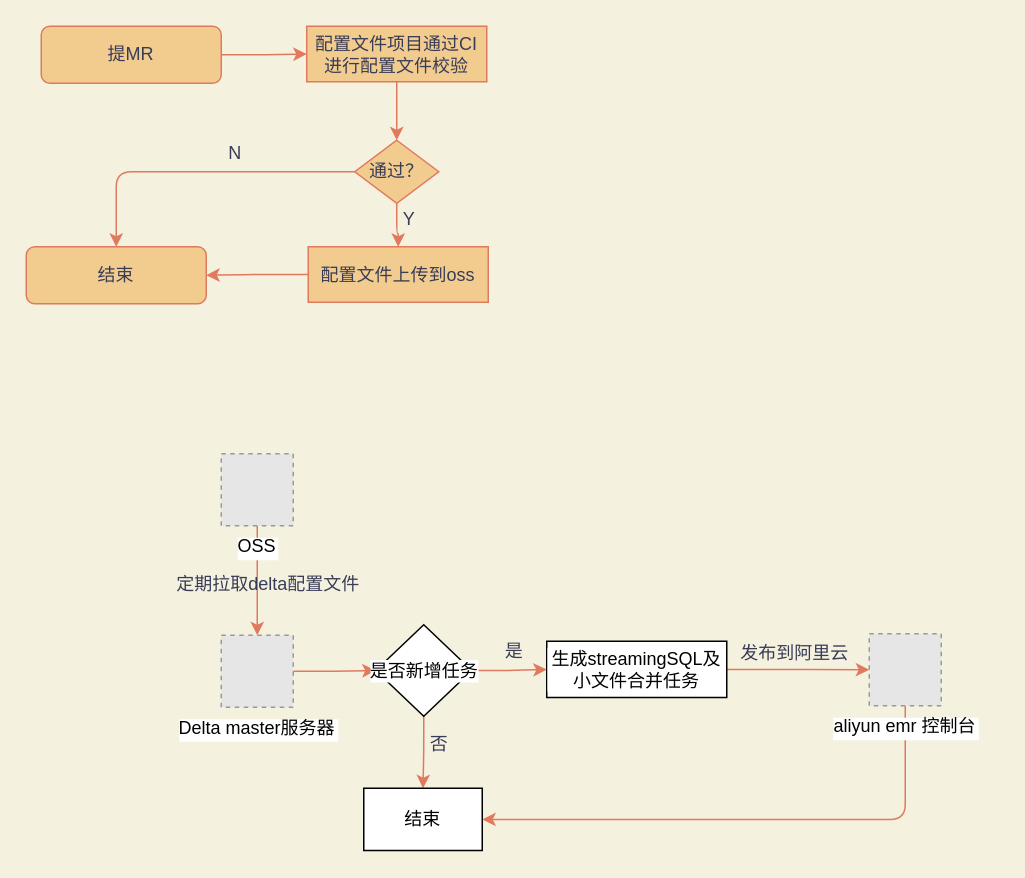
Above: page "Page-4" (4 of 4) of Delta Lake 及 mysql-dump 支持近实时计算数据接入方案设计.drawio in zhangkuantian/architect-awesome (draw.io), before the change. Source tidied: cells renumbered, new cells numbered last; positions are measured from the earlier drawing's top-left corner, leaving out a move shared by most shapes. Both pictures are drawn from the tidied source at 150%, with x=0, y=0 at pixel (26, 26). Pictures stored in the file or linked from it are replaced by grey dashed boxes.
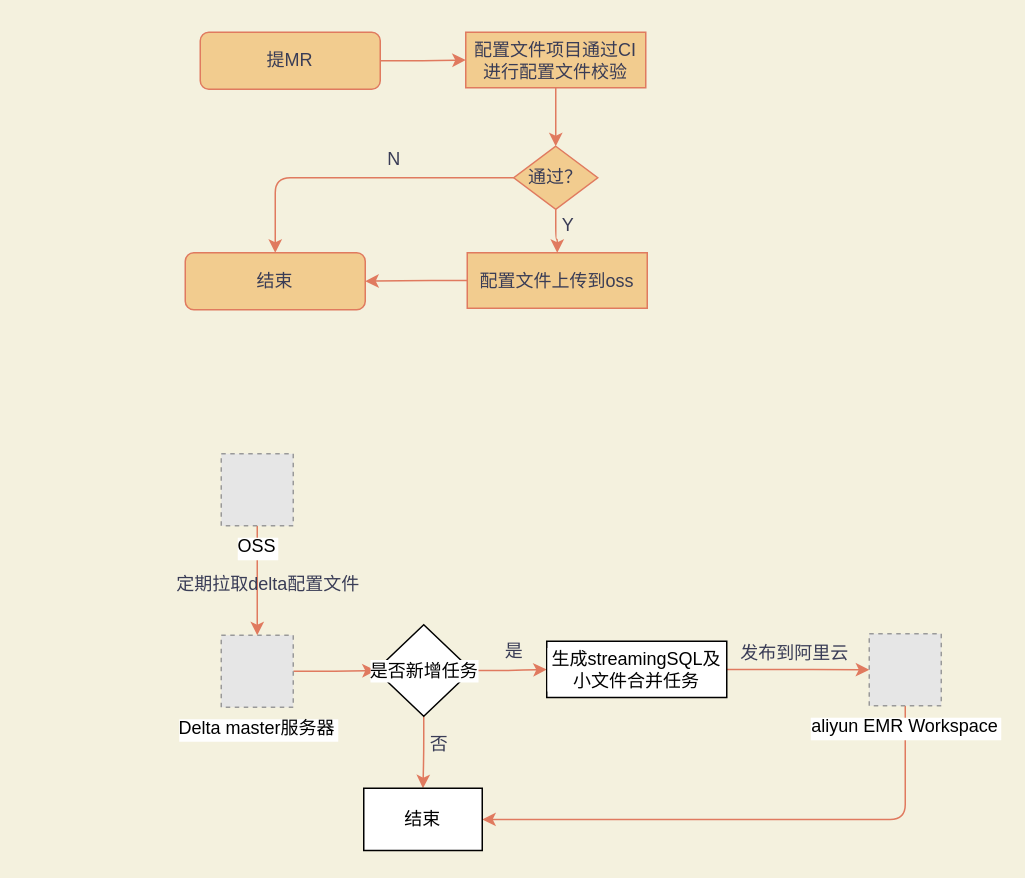
The same page after the edit.

Commit message:
Update Delta Lake 及 mysql-dump 支持近实时计算数据接入方案设计.drawio

What changed in the source:
```diff
@@
     <mxCell id="3" value="提MR" style="rounded=1;whiteSpace=wrap;html=1;sketch=0;strokeColor=#E07A5F;fillColor=#F2CC8F;fontColor=#393C56;" parent="1" vertex="1">
-      <mxGeometry x="10" width="120" height="38" as="geometry" />
+      <mxGeometry x="116" y="4" width="120" height="38" as="geometry" />
     </mxCell>
@@
     <mxCell id="5" value="配置文件项目通过CI进行配置文件校验" style="rounded=0;whiteSpace=wrap;html=1;sketch=0;strokeColor=#E07A5F;fillColor=#F2CC8F;fontColor=#393C56;" parent="1" vertex="1">
-      <mxGeometry x="187" width="120" height="37" as="geometry" />
+      <mxGeometry x="293" y="4" width="120" height="37" as="geometry" />
     </mxCell>
@@
     <mxCell id="7" value="配置文件上传到oss" style="rounded=0;whiteSpace=wrap;html=1;sketch=0;strokeColor=#E07A5F;fillColor=#F2CC8F;fontColor=#393C56;" parent="1" vertex="1">
-      <mxGeometry x="188" y="147" width="120" height="37" as="geometry" />
+      <mxGeometry x="294" y="151" width="120" height="37" as="geometry" />
     </mxCell>
@@
     <mxCell id="10" value="通过？" style="rhombus;whiteSpace=wrap;html=1;rounded=0;sketch=0;strokeColor=#E07A5F;fillColor=#F2CC8F;fontColor=#393C56;" parent="1" vertex="1">
-      <mxGeometry x="219" y="76" width="56" height="42" as="geometry" />
+      <mxGeometry x="325" y="80" width="56" height="42" as="geometry" />
     </mxCell>
     <mxCell id="11" value="结束" style="rounded=1;whiteSpace=wrap;html=1;sketch=0;strokeColor=#E07A5F;fillColor=#F2CC8F;fontColor=#393C56;" parent="1" vertex="1">
-      <mxGeometry y="147" width="120" height="38" as="geometry" />
+      <mxGeometry x="106" y="151" width="120" height="38" as="geometry" />
     </mxCell>
     <mxCell id="12" value="N" style="text;html=1;align=center;verticalAlign=middle;fontColor=#393C56;" parent="1" vertex="1">
-      <mxGeometry x="129" y="76" width="19" height="18" as="geometry" />
+      <mxGeometry x="235" y="80" width="19" height="18" as="geometry" />
     </mxCell>
     <mxCell id="13" value="Y" style="text;html=1;align=center;verticalAlign=middle;fontColor=#393C56;" parent="1" vertex="1">
-      <mxGeometry x="246" y="120" width="18" height="18" as="geometry" />
+      <mxGeometry x="352" y="124" width="18" height="18" as="geometry" />
     </mxCell>
@@
-    <mxCell id="20" value="aliyun emr 控制台" style="fillColor=#E6E6E6;strokeColor=#999999;dashed=1;verticalLabelPosition=bottom;labelBackgroundColor=#ffffff;verticalAlign=top;" parent="1" vertex="1">
+    <mxCell id="20" value="aliyun EMR Workspace" style="fillColor=#E6E6E6;strokeColor=#999999;dashed=1;verticalLabelPosition=bottom;labelBackgroundColor=#ffffff;verticalAlign=top;" parent="1" vertex="1">
       <mxGeometry x="562" y="405" width="48" height="48" as="geometry" />
     </mxCell>
```
